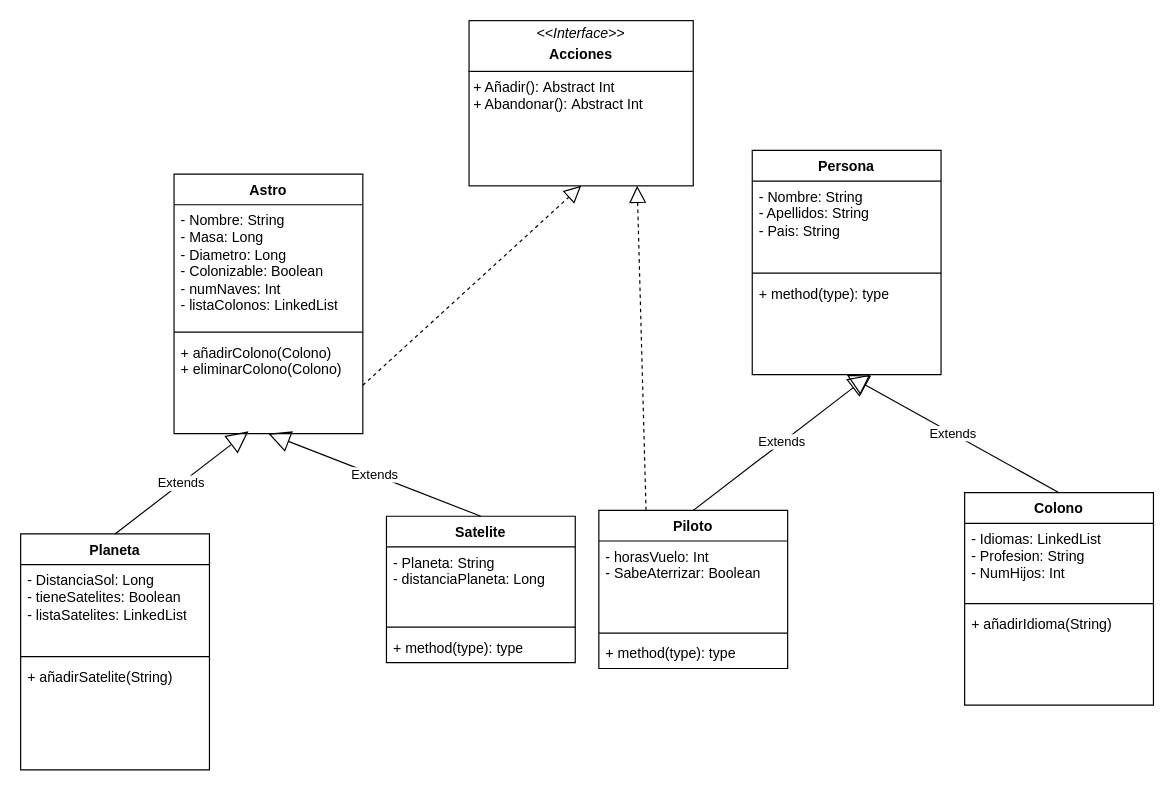
VA1915511/1915511_ED keeps this draw.io diagram as Diagrama sin título.drawio. Above is the earlier version. Source tidied: cells renumbered, new cells numbered last; positions are measured from the earlier drawing's top-left corner, leaving out a move shared by most shapes. Both pictures are drawn from the tidied source at 118%, with x=0, y=0 at pixel (20, 20).
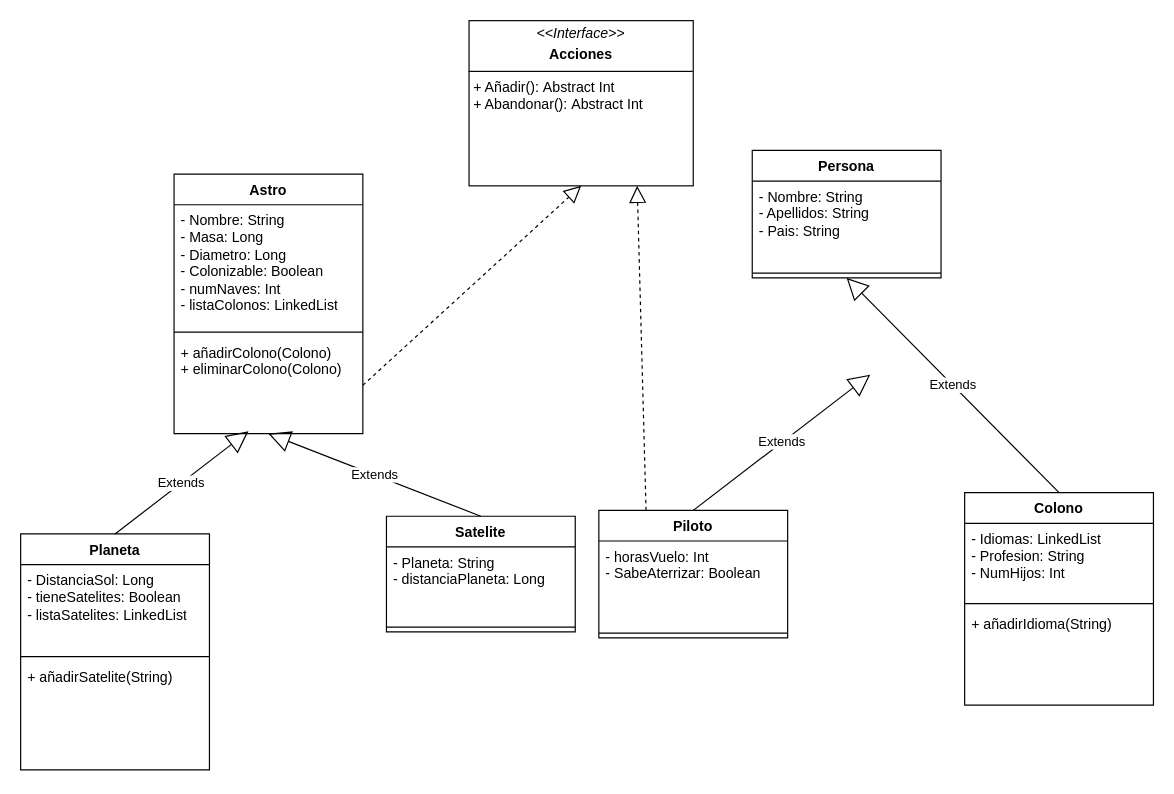
After the change.

What changed in the source:
```diff
@@
     <mxCell id="2" value="Persona" style="swimlane;fontStyle=1;align=center;verticalAlign=top;horizontal=1;startSize=26;whiteSpace=wrap;html=1;" parent="1" vertex="1">
-      <mxGeometry x="620" y="110" width="160" height="190" as="geometry" />
+      <mxGeometry x="620" y="110" width="160" height="108" as="geometry" />
     </mxCell>
@@
-    <mxCell id="5" value="+ method(type): type" style="text;strokeColor=none;fillColor=none;align=left;verticalAlign=top;spacingLeft=4;spacingRight=4;overflow=hidden;whiteSpace=wrap;html=1;" parent="2" vertex="1">
-      <mxGeometry y="108" width="160" height="82" as="geometry" />
-    </mxCell>
@@
     <mxCell id="11" value="Piloto" style="swimlane;fontStyle=1;align=center;verticalAlign=top;horizontal=1;startSize=26;whiteSpace=wrap;html=1;" parent="1" vertex="1">
-      <mxGeometry x="490" y="415" width="160" height="134" as="geometry" />
+      <mxGeometry x="490" y="415" width="160" height="108" as="geometry" />
     </mxCell>
@@
-    <mxCell id="14" value="+ method(type): type" style="text;strokeColor=none;fillColor=none;align=left;verticalAlign=top;spacingLeft=4;spacingRight=4;overflow=hidden;whiteSpace=wrap;html=1;" parent="11" vertex="1">
-      <mxGeometry y="108" width="160" height="26" as="geometry" />
-    </mxCell>
@@
     <mxCell id="20" value="&lt;div&gt;Satelite&lt;/div&gt;&lt;div&gt;&lt;br&gt;&lt;/div&gt;" style="swimlane;fontStyle=1;align=center;verticalAlign=top;horizontal=1;startSize=26;whiteSpace=wrap;html=1;" parent="1" vertex="1">
-      <mxGeometry x="310" y="420" width="160" height="124" as="geometry" />
+      <mxGeometry x="310" y="420" width="160" height="98" as="geometry" />
     </mxCell>
@@
-    <mxCell id="23" value="+ method(type): type" style="text;strokeColor=none;fillColor=none;align=left;verticalAlign=top;spacingLeft=4;spacingRight=4;overflow=hidden;whiteSpace=wrap;html=1;" parent="20" vertex="1">
-      <mxGeometry y="98" width="160" height="26" as="geometry" />
-    </mxCell>
```
